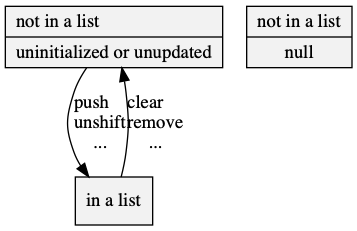
neil-edelman/boxes keeps this Graphviz diagram as web/node-states.png. Above is the earlier version. Its source is kept beside it as web/node-states.gv.
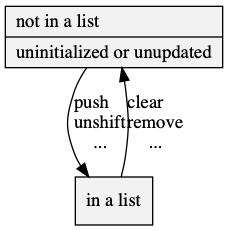
After the change.

Diff of the diagram source:
```diff
@@ -2,7 +2,6 @@
 	fontface=modern;
 	node [shape=record, style=filled, fillcolor="Gray95"];
 	not [label="{not in a list\l|uninitialized or unupdated\l}"];
-	zero [label="{not in a list\l|null}"];
 	in [ label = "in a list" ];
 	not -> in [ label = "push\lunshift\l..." ];
 	in -> not [ label = "clear\lremove\l..." ];
```
